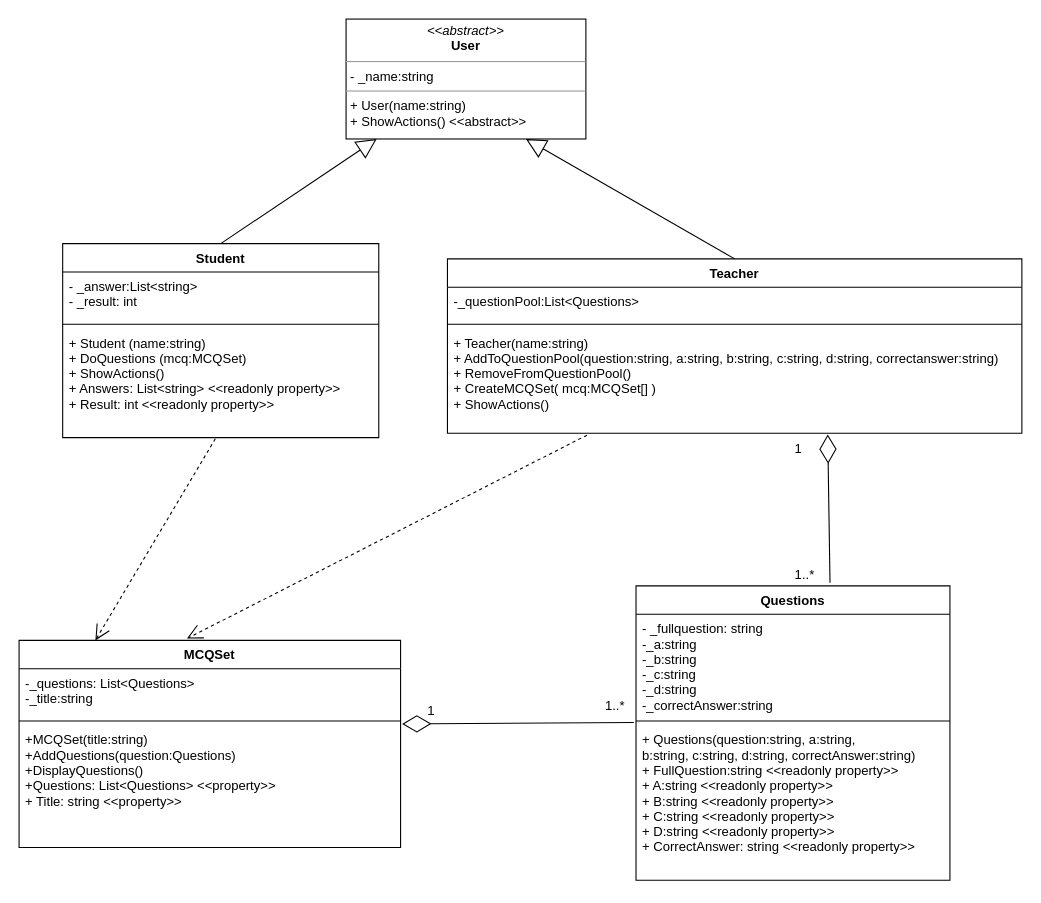
Earlier version of the draw.io diagram CreditTaskUML.drawio (LastMinuteBanter/DistinctionTaskUML). Source tidied: cells renumbered, new cells numbered last; positions are measured from the earlier drawing's top-left corner, leaving out a move shared by most shapes. Both pictures are drawn from the tidied source at 109%, with x=0, y=0 at pixel (19, 19).
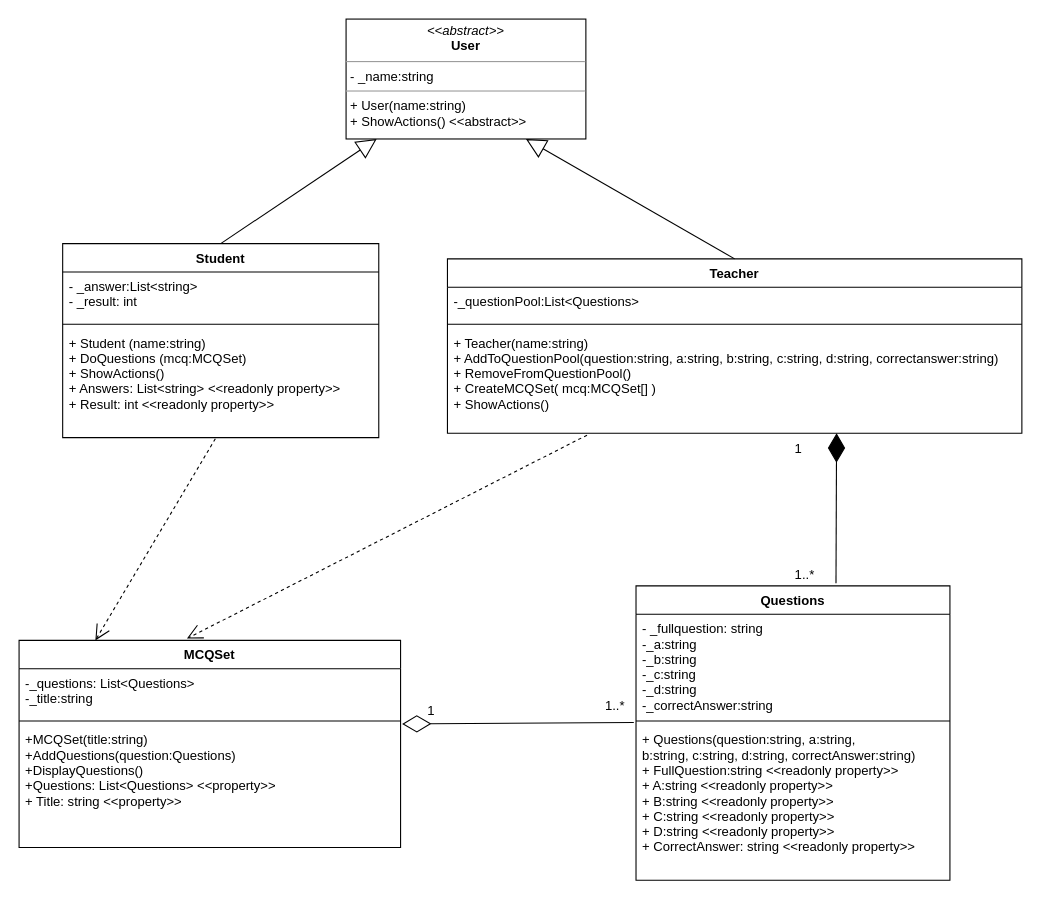
Above is the later version.

The change refers to these unchanged cells:
```xml
<mxCell id="10" value="+ Teacher(name:string)&#10;+ AddToQuestionPool(question:string, a:string, b:string, c:string, d:string, correctanswer:string)&#10;+ RemoveFromQuestionPool()&#10;+ CreateMCQSet( mcq:MCQSet[] )&#10;+ ShowActions()          " style="text;strokeColor=none;fillColor=none;align=left;verticalAlign=top;spacingLeft=4;spacingRight=4;overflow=hidden;points=[[0,0.5],[1,0.5]];portConstraint=eastwest;" parent="7" vertex="1">
  <mxGeometry y="64" width="527" height="96" as="geometry" />
</mxCell>
<mxCell id="15" value="Questions" style="swimlane;fontStyle=1;align=center;verticalAlign=top;horizontal=1;startSize=26;" parent="1" vertex="1">
  <mxGeometry x="566" y="520" width="288" height="270" as="geometry" />
</mxCell>
```

What changed in the source:
```diff
@@
-    <mxCell id="21" style="endArrow=diamondThin;endFill=0;endSize=24;html=1;entryX=0.662;entryY=1.011;entryDx=0;entryDy=0;entryPerimeter=0;exitX=0.618;exitY=-0.011;exitDx=0;exitDy=0;exitPerimeter=0;" parent="1" edge="1" source="15" target="10">
-      <mxGeometry relative="1" as="geometry" />
-    </mxCell>
@@
+    <mxCell id="29" style="endArrow=diamondThin;endFill=1;endSize=24;html=1;exitX=0.637;exitY=-0.009;exitDx=0;exitDy=0;exitPerimeter=0;" parent="1" edge="1" source="15">
+      <mxGeometry relative="1" as="geometry">
+        <mxPoint x="750" y="380" as="targetPoint" />
+      </mxGeometry>
+    </mxCell>
```
